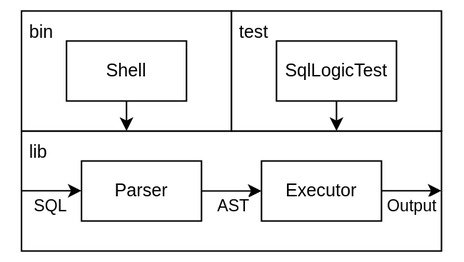
Before: docs/src/img/01-01-mod.svg, a diagram exported from draw.io (risinglightdb/risinglight-tutorial). Source tidied: cells renumbered, new cells last; positions are measured from the earlier drawing's top-left corner, leaving out a move shared by most shapes.
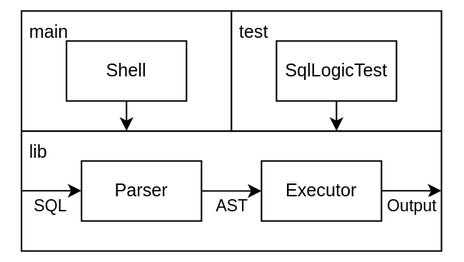
The same diagram one commit later.

Change to the diagram source:
```diff
@@ -43,7 +43,7 @@
         <mxPoint y="11" as="offset" />
       </mxGeometry>
     </mxCell>
-    <mxCell id="11" value="&amp;nbsp;bin" style="rounded=0;whiteSpace=wrap;html=1;align=left;verticalAlign=top;" parent="1" vertex="1">
+    <mxCell id="11" value="&amp;nbsp;main" style="rounded=0;whiteSpace=wrap;html=1;align=left;verticalAlign=top;" parent="1" vertex="1">
       <mxGeometry width="140" height="80" as="geometry" />
     </mxCell>
     <mxCell id="12" value="&amp;nbsp;test" style="rounded=0;whiteSpace=wrap;html=1;align=left;verticalAlign=top;" parent="1" vertex="1">
```
